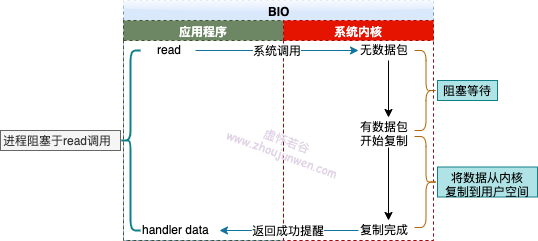
Above: 同步阻塞.png in gumuqi/draw.io (draw.io), before the change. Source tidied: cells renumbered, new cells last; positions are measured from the earlier drawing's top-left corner, leaving out a move shared by most shapes.
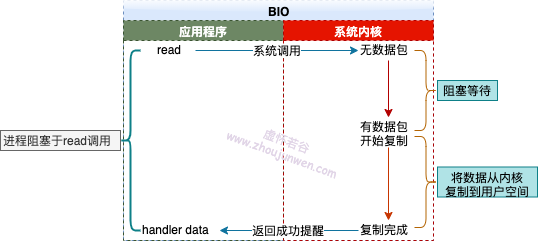
The same diagram one commit later.

Commit message:
已添加 同步阻塞.png

What changed in the source:
```diff
@@ -23,13 +23,13 @@
     <mxCell id="8" value="read" style="text;html=1;points=[];align=left;verticalAlign=top;spacingTop=-4;" parent="1" vertex="1">
       <mxGeometry x="155" y="40" width="40" height="20" as="geometry" />
     </mxCell>
-    <mxCell id="9" style="edgeStyle=orthogonalEdgeStyle;rounded=0;jettySize=auto;html=1;" parent="1" edge="1" source="10" target="12">
+    <mxCell id="9" style="edgeStyle=orthogonalEdgeStyle;rounded=0;jettySize=auto;html=1;fillColor=#e51400;strokeColor=#B20000;" parent="1" edge="1" source="10" target="12">
       <mxGeometry relative="1" as="geometry" />
     </mxCell>
     <mxCell id="10" value="无数据包" style="text;html=1;points=[];align=left;verticalAlign=top;spacingTop=-4;" parent="1" vertex="1">
       <mxGeometry x="358" y="40" width="60" height="20" as="geometry" />
     </mxCell>
-    <mxCell id="11" style="edgeStyle=orthogonalEdgeStyle;rounded=0;jettySize=auto;html=1;" parent="1" edge="1" source="12" target="16">
+    <mxCell id="11" style="edgeStyle=orthogonalEdgeStyle;rounded=0;jettySize=auto;html=1;fillColor=#fa6800;strokeColor=#C73500;" parent="1" edge="1" source="12" target="16">
       <mxGeometry relative="1" as="geometry" />
     </mxCell>
     <mxCell id="12" value="有数据包&lt;br&gt;开始复制" style="text;html=1;points=[];align=left;verticalAlign=top;spacingTop=-4;" parent="1" vertex="1">
```
